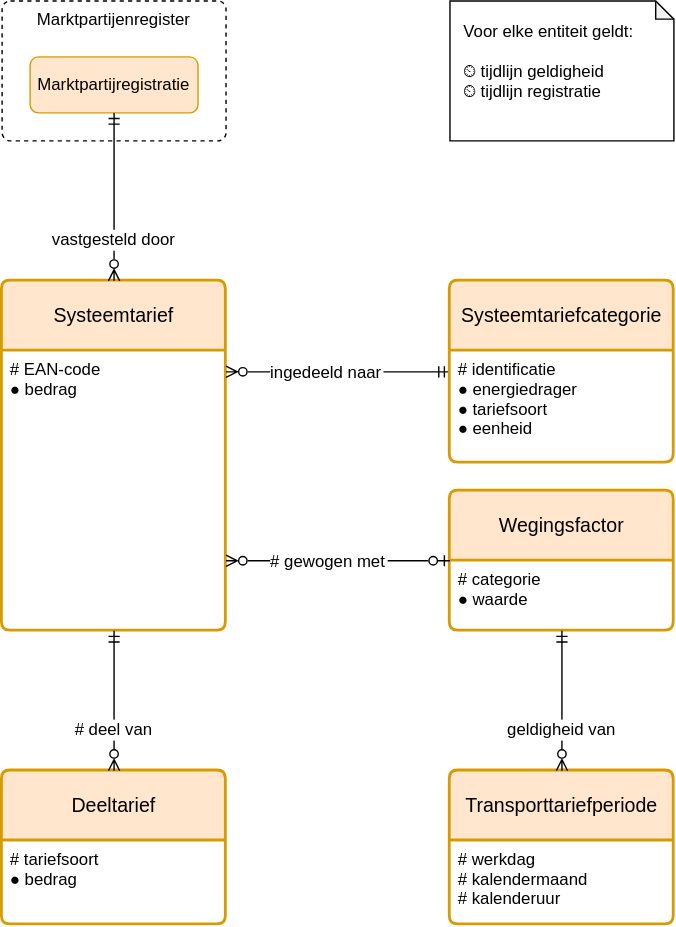
This is registers/tarievenregister/2.0/tarievenregister.drawio.svg from netbeheernederland/stelsel, a draw.io export, as it was before one commit. Source tidied: cells renumbered, new cells last; positions are measured from the earlier drawing's top-left corner, leaving out a move shared by most shapes.
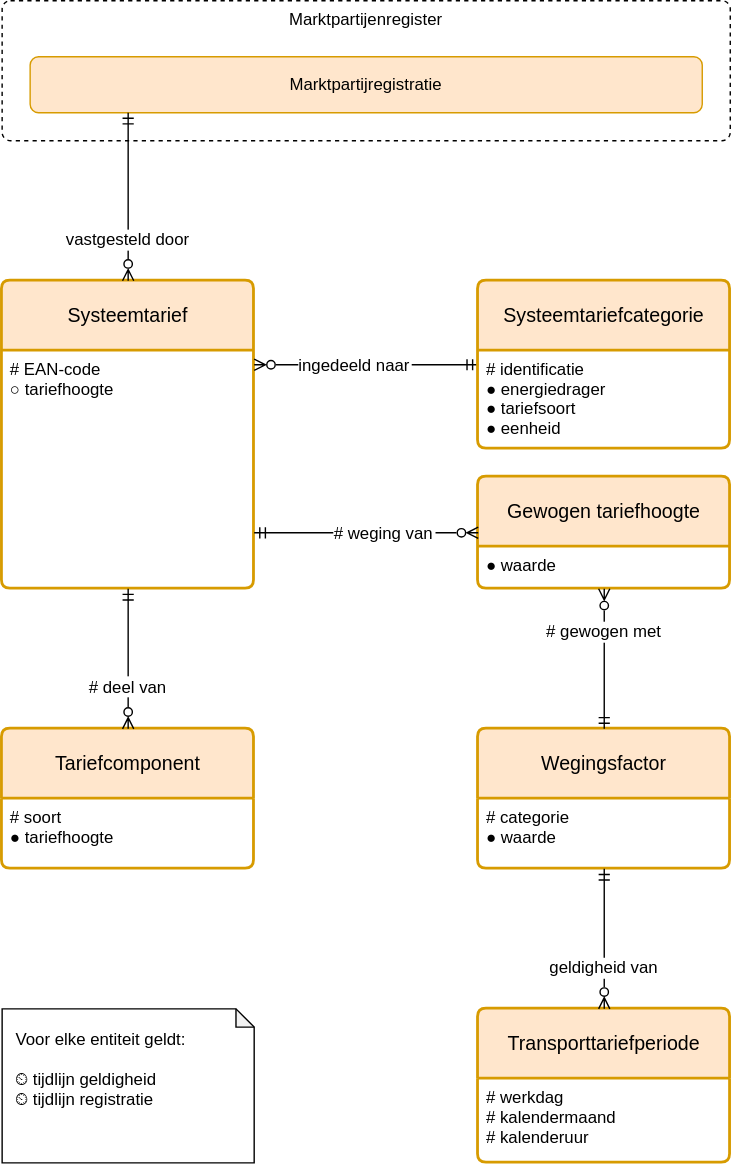
The same file after the commit.

Commit message:
Gewogen tariefhoogte apart

What changed in the source:
```diff
@@ -2,59 +2,68 @@
   <root>
     <mxCell id="0" />
     <mxCell id="1" parent="0" />
+    <mxCell id="20" value="Gewogen tariefhoogte" style="swimlane;horizontal=1;startSize=50;rounded=1;fontSize=14;fontStyle=0;strokeWidth=2;shadow=0;dashed=0;align=center;fillColor=#ffe6cc;strokeColor=#d79b00;arcSize=4;whiteSpace=wrap;spacing=10;" parent="1" vertex="1">
+      <mxGeometry x="340" y="340" width="180" height="80" as="geometry" />
+    </mxCell>
+    <mxCell id="21" value="● waarde" style="align=left;strokeColor=none;fillColor=none;spacingLeft=4;fontSize=12;verticalAlign=top;" parent="20" vertex="1">
+      <mxGeometry y="50" width="180" height="30" as="geometry" />
+    </mxCell>
     <mxCell id="2" value="Systeemtarief" style="swimlane;horizontal=1;startSize=50;rounded=1;fontSize=14;fontStyle=0;strokeWidth=2;shadow=0;dashed=0;align=center;fillColor=#ffe6cc;strokeColor=#d79b00;arcSize=4;whiteSpace=wrap;spacing=10;" parent="1" vertex="1">
-      <mxGeometry y="200" width="160" height="250" as="geometry" />
+      <mxGeometry y="200" width="180" height="220" as="geometry" />
     </mxCell>
-    <mxCell id="3" value="# EAN-code&#10;● bedrag" style="align=left;strokeColor=none;fillColor=none;spacingLeft=4;fontSize=12;verticalAlign=top;" parent="2" vertex="1">
-      <mxGeometry y="50" width="160" height="200" as="geometry" />
+    <mxCell id="3" value="# EAN-code&#10;○ tariefhoogte" style="align=left;strokeColor=none;fillColor=none;spacingLeft=4;fontSize=12;verticalAlign=top;" parent="2" vertex="1">
+      <mxGeometry y="50" width="180" height="170" as="geometry" />
     </mxCell>
     <mxCell id="4" value="ingedeeld naar" style="fontSize=12;endArrow=ERmandOne;startArrow=ERzeroToMany;rounded=0;startFill=0;endFill=0;verticalAlign=middle;strokeColor=default;labelBackgroundColor=default;fontColor=default;align=left;edgeStyle=elbowEdgeStyle;elbow=vertical;" parent="1" edge="1" source="2" target="13">
       <mxGeometry x="-0.62" relative="1" as="geometry" />
     </mxCell>
     <mxCell id="5" value="Marktpartijenregister" style="rounded=1;whiteSpace=wrap;verticalAlign=top;sketch=0;fontSize=12;dashed=1;arcSize=12;absoluteArcSize=1;" parent="1" vertex="1">
-      <mxGeometry width="160" height="100" as="geometry" />
+      <mxGeometry width="520" height="100" as="geometry" />
     </mxCell>
     <mxCell id="6" value="Marktpartijregistratie" style="rounded=1;arcSize=12;whiteSpace=wrap;align=center;fillColor=#ffe6cc;strokeColor=#d79b00;absoluteArcSize=1;horizontal=1;" parent="1" vertex="1">
-      <mxGeometry x="20" y="40" width="120" height="40" as="geometry" />
+      <mxGeometry x="20" y="40" width="480" height="40" as="geometry" />
     </mxCell>
     <mxCell id="7" value="vastgesteld door" style="fontSize=12;endArrow=ERmandOne;startArrow=ERzeroToMany;rounded=0;startFill=0;endFill=0;verticalAlign=middle;strokeColor=default;labelBackgroundColor=default;fontColor=default;align=center;edgeStyle=elbowEdgeStyle;exitX=0.5;exitY=0;exitDx=0;exitDy=0;" parent="1" edge="1" source="2" target="6">
       <mxGeometry x="-0.5" relative="1" as="geometry" />
     </mxCell>
+    <mxCell id="13" value="Systeemtariefcategorie" style="swimlane;horizontal=1;startSize=50;rounded=1;fontSize=14;fontStyle=0;strokeWidth=2;shadow=0;dashed=0;align=center;fillColor=#ffe6cc;strokeColor=#d79b00;arcSize=4;whiteSpace=wrap;spacing=10;" parent="1" vertex="1">
+      <mxGeometry x="340" y="200" width="180" height="120" as="geometry" />
+    </mxCell>
+    <mxCell id="14" value="# identificatie&#10;● energiedrager&#10;● tariefsoort&#10;● eenheid" style="align=left;strokeColor=none;fillColor=none;spacingLeft=4;fontSize=12;verticalAlign=top;" parent="13" vertex="1">
+      <mxGeometry y="50" width="180" height="70" as="geometry" />
+    </mxCell>
+    <mxCell id="16" value="Voor elke entiteit geldt:&#10;&#10;⏲ tijdlijn geldigheid&#10;⏲ tijdlijn registratie" style="shape=note;whiteSpace=wrap;backgroundOutline=1;darkOpacity=0.05;align=left;size=13;spacing=10;verticalAlign=top;" parent="1" vertex="1">
+      <mxGeometry y="720" width="180" height="110" as="geometry" />
+    </mxCell>
+    <mxCell id="17" value="Tariefcomponent" style="swimlane;horizontal=1;startSize=50;rounded=1;fontSize=14;fontStyle=0;strokeWidth=2;shadow=0;dashed=0;align=center;fillColor=#ffe6cc;strokeColor=#d79b00;arcSize=4;whiteSpace=wrap;spacing=10;" parent="1" vertex="1">
+      <mxGeometry y="520" width="180" height="100" as="geometry" />
+    </mxCell>
+    <mxCell id="18" value="# soort&#10;● tariefhoogte" style="align=left;strokeColor=none;fillColor=none;spacingLeft=4;fontSize=12;verticalAlign=top;" parent="17" vertex="1">
+      <mxGeometry y="50" width="180" height="50" as="geometry" />
+    </mxCell>
+    <mxCell id="19" value="# deel van" style="fontSize=12;endArrow=ERmandOne;startArrow=ERzeroToMany;rounded=0;startFill=0;endFill=0;verticalAlign=middle;strokeColor=default;labelBackgroundColor=default;fontColor=default;align=center;elbow=vertical;" parent="1" edge="1" source="17" target="2">
+      <mxGeometry x="-0.4" relative="1" as="geometry" />
+    </mxCell>
     <mxCell id="8" value="Wegingsfactor" style="swimlane;horizontal=1;startSize=50;rounded=1;fontSize=14;fontStyle=0;strokeWidth=2;shadow=0;dashed=0;align=center;fillColor=#ffe6cc;strokeColor=#d79b00;arcSize=4;whiteSpace=wrap;spacing=10;" parent="1" vertex="1">
-      <mxGeometry x="320" y="350" width="160" height="100" as="geometry" />
+      <mxGeometry x="340" y="520" width="180" height="100" as="geometry" />
     </mxCell>
     <mxCell id="9" value="# categorie&#10;● waarde" style="align=left;strokeColor=none;fillColor=none;spacingLeft=4;fontSize=12;verticalAlign=top;" parent="8" vertex="1">
-      <mxGeometry y="50" width="160" height="50" as="geometry" />
+      <mxGeometry y="50" width="180" height="50" as="geometry" />
     </mxCell>
     <mxCell id="10" value="Transporttariefperiode" style="swimlane;horizontal=1;startSize=50;rounded=1;fontSize=14;fontStyle=0;strokeWidth=2;shadow=0;dashed=0;align=center;fillColor=#ffe6cc;strokeColor=#d79b00;arcSize=4;whiteSpace=wrap;spacing=10;" parent="1" vertex="1">
-      <mxGeometry x="320" y="550" width="160" height="110" as="geometry" />
+      <mxGeometry x="340" y="720" width="180" height="110" as="geometry" />
     </mxCell>
     <mxCell id="11" value="# werkdag&#10;# kalendermaand&#10;# kalenderuur" style="align=left;strokeColor=none;fillColor=none;spacingLeft=4;fontSize=12;verticalAlign=top;" parent="10" vertex="1">
-      <mxGeometry y="50" width="160" height="60" as="geometry" />
+      <mxGeometry y="50" width="180" height="60" as="geometry" />
     </mxCell>
     <mxCell id="12" value="geldigheid van" style="fontSize=12;endArrow=ERmandOne;startArrow=ERzeroToMany;rounded=0;startFill=0;endFill=0;verticalAlign=middle;strokeColor=default;labelBackgroundColor=default;fontColor=default;align=center;" parent="1" edge="1" source="10" target="8">
       <mxGeometry x="-0.4" relative="1" as="geometry" />
     </mxCell>
-    <mxCell id="13" value="Systeemtariefcategorie" style="swimlane;horizontal=1;startSize=50;rounded=1;fontSize=14;fontStyle=0;strokeWidth=2;shadow=0;dashed=0;align=center;fillColor=#ffe6cc;strokeColor=#d79b00;arcSize=4;whiteSpace=wrap;spacing=10;" parent="1" vertex="1">
-      <mxGeometry x="320" y="200" width="160" height="130" as="geometry" />
-    </mxCell>
-    <mxCell id="14" value="# identificatie&#10;● energiedrager&#10;● tariefsoort&#10;● eenheid" style="align=left;strokeColor=none;fillColor=none;spacingLeft=4;fontSize=12;verticalAlign=top;" parent="13" vertex="1">
-      <mxGeometry y="50" width="160" height="80" as="geometry" />
-    </mxCell>
-    <mxCell id="15" value="# gewogen met" style="fontSize=12;endArrow=ERzeroToOne;startArrow=ERzeroToMany;rounded=0;startFill=0;endFill=0;verticalAlign=middle;strokeColor=default;labelBackgroundColor=default;fontColor=default;align=left;edgeStyle=elbowEdgeStyle;elbow=vertical;" parent="1" edge="1" source="2" target="8">
-      <mxGeometry x="-0.62" relative="1" as="geometry" />
+    <mxCell id="15" value="# gewogen met" style="fontSize=12;endArrow=ERmandOne;startArrow=ERzeroToMany;rounded=0;startFill=0;endFill=0;verticalAlign=middle;strokeColor=default;labelBackgroundColor=default;fontColor=default;align=center;edgeStyle=elbowEdgeStyle;elbow=vertical;" parent="1" edge="1" source="20" target="8">
+      <mxGeometry x="-0.4" relative="1" as="geometry" />
     </mxCell>
-    <mxCell id="16" value="Voor elke entiteit geldt:&#10;&#10;⏲ tijdlijn geldigheid&#10;⏲ tijdlijn registratie" style="shape=note;whiteSpace=wrap;backgroundOutline=1;darkOpacity=0.05;align=left;size=13;spacing=10;verticalAlign=top;" parent="1" vertex="1">
-      <mxGeometry x="320" width="160" height="100" as="geometry" />
-    </mxCell>
-    <mxCell id="17" value="Deeltarief" style="swimlane;horizontal=1;startSize=50;rounded=1;fontSize=14;fontStyle=0;strokeWidth=2;shadow=0;dashed=0;align=center;fillColor=#ffe6cc;strokeColor=#d79b00;arcSize=4;whiteSpace=wrap;spacing=10;" parent="1" vertex="1">
-      <mxGeometry y="550" width="160" height="110" as="geometry" />
-    </mxCell>
-    <mxCell id="18" value="# tariefsoort&#10;● bedrag" style="align=left;strokeColor=none;fillColor=none;spacingLeft=4;fontSize=12;verticalAlign=top;" parent="17" vertex="1">
-      <mxGeometry y="50" width="160" height="60" as="geometry" />
-    </mxCell>
-    <mxCell id="19" value="# deel van" style="fontSize=12;endArrow=ERmandOne;startArrow=ERzeroToMany;rounded=0;startFill=0;endFill=0;verticalAlign=middle;strokeColor=default;labelBackgroundColor=default;fontColor=default;align=center;elbow=vertical;" parent="1" edge="1" source="17" target="2">
-      <mxGeometry x="-0.4" relative="1" as="geometry" />
-    </mxCell>
+    <mxCell id="22" value="# weging van" style="fontSize=12;endArrow=ERmandOne;startArrow=ERzeroToMany;rounded=0;startFill=0;endFill=0;verticalAlign=middle;strokeColor=default;labelBackgroundColor=default;fontColor=default;align=right;edgeStyle=elbowEdgeStyle;elbow=vertical;" parent="1" edge="1" source="20" target="2">
+      <mxGeometry x="-0.62" relative="1" as="geometry" />
+    </mxCell>
   </root>
 </mxGraphModel>
```
